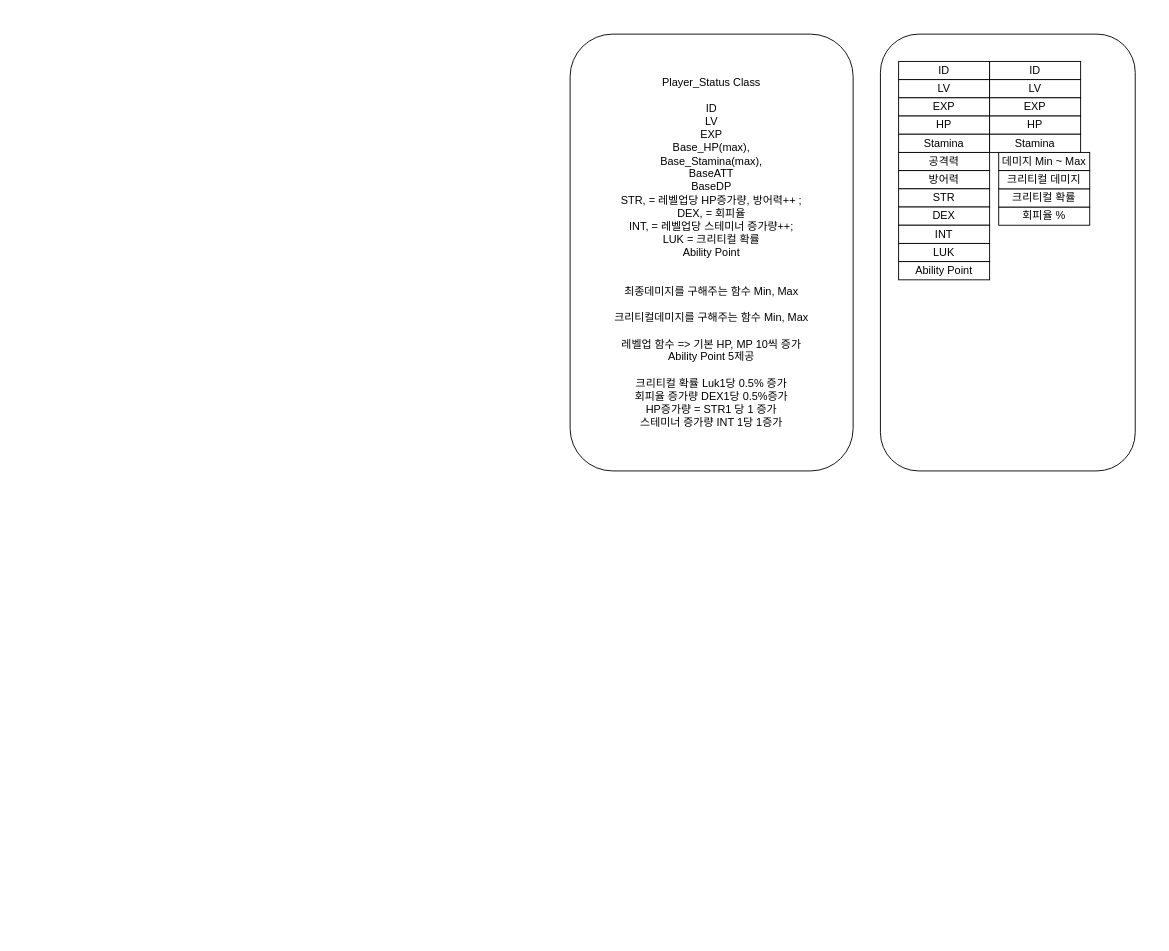
steelfs/JY keeps this draw.io diagram as 다이어그램/플레이어 Status.drawio. Above is the earlier version. Source tidied: cells renumbered, new cells numbered last; positions are measured from the earlier drawing's top-left corner, leaving out a move shared by most shapes. Both pictures are drawn from the tidied source at 91%, with x=0, y=0 at pixel (570, 34).
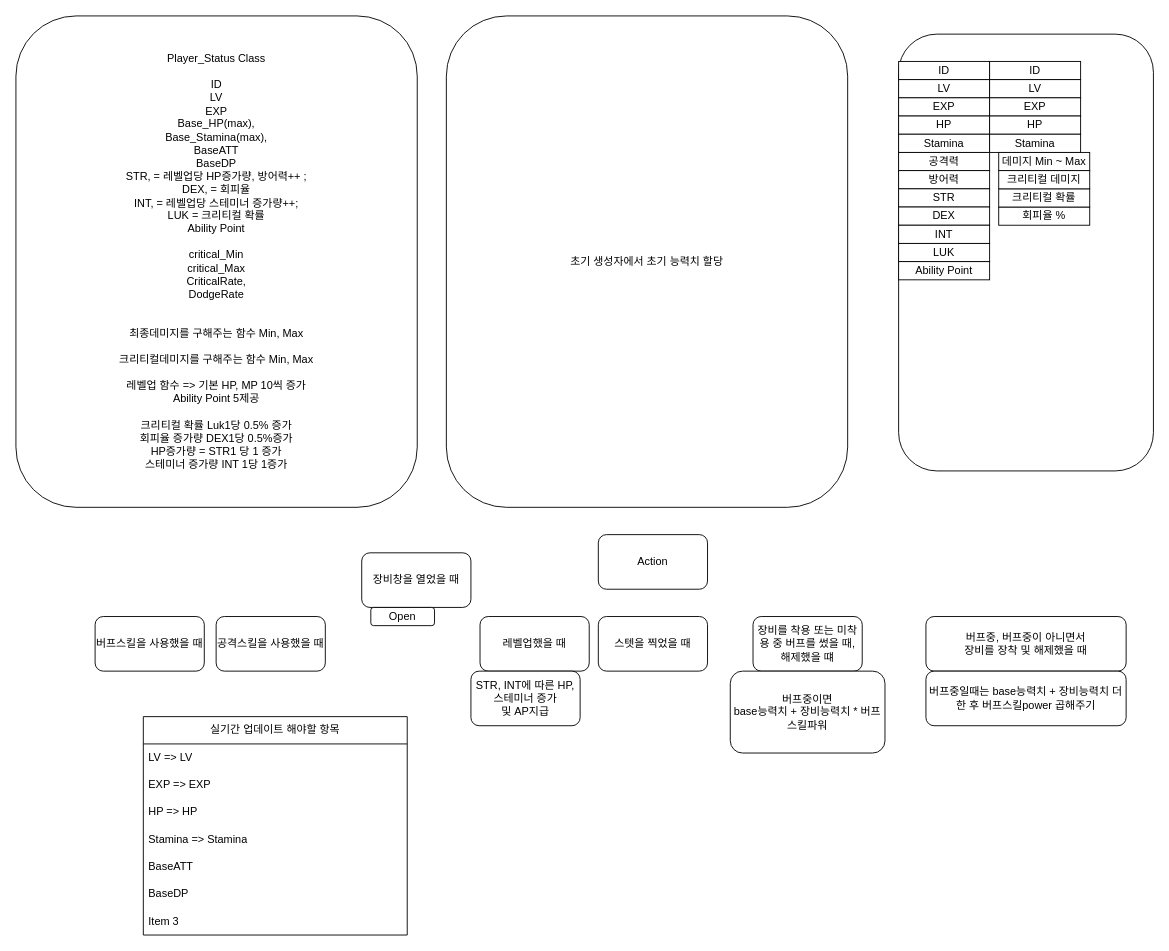
Above is the later version.

Diff of the diagram source:
```diff
@@
-    <mxCell id="2" value="Player_Status Class&lt;br&gt;&lt;br&gt;ID&lt;br&gt;LV&lt;br&gt;EXP&lt;br&gt;Base_HP(max),&lt;br&gt;Base_Stamina(max),&lt;br&gt;BaseATT&lt;br&gt;BaseDP&lt;br&gt;STR, = 레벨업당 HP증가량, 방어력++ ;&lt;br&gt;DEX, = 회피율&lt;br&gt;INT, = 레벨업당 스테미너 증가량++;&lt;br&gt;LUK = 크리티컬 확률&lt;br&gt;Ability Point&lt;br&gt;&lt;br&gt;&lt;br&gt;최종데미지를 구해주는 함수 Min, Max&lt;br&gt;&lt;br&gt;크리티컬데미지를 구해주는 함수 Min, Max&lt;br&gt;&lt;br&gt;레벨업 함수 =&amp;gt; 기본 HP, MP 10씩 증가&lt;br&gt;Ability Point 5제공&lt;br&gt;&lt;br&gt;크리티컬 확률 Luk1당 0.5% 증가&lt;br&gt;회피율 증가량 DEX1당 0.5%증가&lt;br&gt;HP증가량 = STR1 당 1 증가&lt;br&gt;스테미너 증가량 INT 1당 1증가" style="rounded=1;whiteSpace=wrap;html=1;" parent="1" vertex="1">
-      <mxGeometry width="311" height="480" as="geometry" />
+    <mxCell id="2" value="Player_Status Class&lt;br&gt;&lt;br&gt;ID&lt;br&gt;LV&lt;br&gt;EXP&lt;br&gt;Base_HP(max),&lt;br&gt;Base_Stamina(max),&lt;br&gt;BaseATT&lt;br&gt;BaseDP&lt;br&gt;STR, = 레벨업당 HP증가량, 방어력++ ;&lt;br&gt;DEX, = 회피율&lt;br&gt;INT, = 레벨업당 스테미너 증가량++;&lt;br&gt;LUK = 크리티컬 확률&lt;br&gt;Ability Point&lt;br&gt;&lt;br&gt;critical_Min&lt;br&gt;critical_Max&lt;br&gt;CriticalRate,&lt;br&gt;DodgeRate&lt;br&gt;&lt;br&gt;&lt;br&gt;최종데미지를 구해주는 함수 Min, Max&lt;br&gt;&lt;br&gt;크리티컬데미지를 구해주는 함수 Min, Max&lt;br&gt;&lt;br&gt;레벨업 함수 =&amp;gt; 기본 HP, MP 10씩 증가&lt;br&gt;Ability Point 5제공&lt;br&gt;&lt;br&gt;크리티컬 확률 Luk1당 0.5% 증가&lt;br&gt;회피율 증가량 DEX1당 0.5%증가&lt;br&gt;HP증가량 = STR1 당 1 증가&lt;br&gt;스테미너 증가량 INT 1당 1증가" style="rounded=1;whiteSpace=wrap;html=1;" parent="1" vertex="1">
+      <mxGeometry x="-609" y="-20" width="441" height="540" as="geometry" />
     </mxCell>
     <mxCell id="3" style="rounded=1;whiteSpace=wrap;html=1;" parent="1" vertex="1">
-      <mxGeometry x="341" width="280" height="480" as="geometry" />
+      <mxGeometry x="361" width="280" height="480" as="geometry" />
     </mxCell>
@@
+    <mxCell id="25" value="초기 생성자에서 초기 능력치 할당" style="rounded=1;whiteSpace=wrap;html=1;" parent="1" vertex="1">
+      <mxGeometry x="-136" y="-20" width="441" height="540" as="geometry" />
+    </mxCell>
+    <mxCell id="26" value="Action" style="rounded=1;whiteSpace=wrap;html=1;" parent="1" vertex="1">
+      <mxGeometry x="31" y="550" width="120" height="60" as="geometry" />
+    </mxCell>
+    <mxCell id="27" value="장비창을 열었을 때" style="rounded=1;whiteSpace=wrap;html=1;" parent="1" vertex="1">
+      <mxGeometry x="-229" y="570" width="120" height="60" as="geometry" />
+    </mxCell>
+    <mxCell id="28" value="스텟을 찍었을 때" style="rounded=1;whiteSpace=wrap;html=1;" parent="1" vertex="1">
+      <mxGeometry x="31" y="640" width="120" height="60" as="geometry" />
+    </mxCell>
+    <mxCell id="29" value="장비를 착용 또는 미착용 중 버프를 썼을 때, 해제했을 떄" style="rounded=1;whiteSpace=wrap;html=1;" parent="1" vertex="1">
+      <mxGeometry x="201" y="640" width="120" height="60" as="geometry" />
+    </mxCell>
+    <mxCell id="30" value="버프중, 버프중이 아니면서&lt;br&gt;장비를 장착 및 해제했을 때" style="rounded=1;whiteSpace=wrap;html=1;" parent="1" vertex="1">
+      <mxGeometry x="391" y="640" width="220" height="60" as="geometry" />
+    </mxCell>
+    <mxCell id="31" value="레벨업했을 때" style="rounded=1;whiteSpace=wrap;html=1;" parent="1" vertex="1">
+      <mxGeometry x="-99" y="640" width="120" height="60" as="geometry" />
+    </mxCell>
+    <mxCell id="32" value="공격스킬을 사용했을 때" style="rounded=1;whiteSpace=wrap;html=1;" parent="1" vertex="1">
+      <mxGeometry x="-389" y="640" width="120" height="60" as="geometry" />
+    </mxCell>
+    <mxCell id="33" value="버프스킬을 사용했을 때" style="rounded=1;whiteSpace=wrap;html=1;" parent="1" vertex="1">
+      <mxGeometry x="-522" y="640" width="120" height="60" as="geometry" />
+    </mxCell>
+    <mxCell id="34" value="실기간 업데이트 해야할 항목" style="swimlane;fontStyle=0;horizontal=1;startSize=30;whiteSpace=wrap;html=1;" parent="1" vertex="1">
+      <mxGeometry x="-469" y="750" width="290" height="240" as="geometry" />
+    </mxCell>
+    <mxCell id="35" value="LV =&amp;gt; LV" style="text;strokeColor=none;fillColor=none;align=left;verticalAlign=middle;spacingLeft=4;spacingRight=4;overflow=hidden;whiteSpace=wrap;html=1;" parent="34" vertex="1">
+      <mxGeometry y="30" width="290" height="30" as="geometry" />
+    </mxCell>
+    <mxCell id="36" value="EXP =&amp;gt; EXP" style="text;strokeColor=none;fillColor=none;align=left;verticalAlign=middle;spacingLeft=4;spacingRight=4;overflow=hidden;whiteSpace=wrap;html=1;" parent="34" vertex="1">
+      <mxGeometry y="60" width="290" height="30" as="geometry" />
+    </mxCell>
+    <mxCell id="37" value="HP =&amp;gt; HP" style="text;strokeColor=none;fillColor=none;align=left;verticalAlign=middle;spacingLeft=4;spacingRight=4;overflow=hidden;whiteSpace=wrap;html=1;" parent="34" vertex="1">
+      <mxGeometry y="90" width="290" height="30" as="geometry" />
+    </mxCell>
+    <mxCell id="38" value="Stamina =&amp;gt; Stamina" style="text;strokeColor=none;fillColor=none;align=left;verticalAlign=middle;spacingLeft=4;spacingRight=4;overflow=hidden;whiteSpace=wrap;html=1;" parent="34" vertex="1">
+      <mxGeometry y="120" width="290" height="30" as="geometry" />
+    </mxCell>
+    <mxCell id="39" value="BaseATT" style="text;strokeColor=none;fillColor=none;align=left;verticalAlign=middle;spacingLeft=4;spacingRight=4;overflow=hidden;whiteSpace=wrap;html=1;" parent="34" vertex="1">
+      <mxGeometry y="150" width="290" height="30" as="geometry" />
+    </mxCell>
+    <mxCell id="40" value="BaseDP" style="text;strokeColor=none;fillColor=none;align=left;verticalAlign=middle;spacingLeft=4;spacingRight=4;overflow=hidden;whiteSpace=wrap;html=1;" parent="34" vertex="1">
+      <mxGeometry y="180" width="290" height="30" as="geometry" />
+    </mxCell>
+    <mxCell id="41" value="Item 3" style="text;strokeColor=none;fillColor=none;align=left;verticalAlign=middle;spacingLeft=4;spacingRight=4;overflow=hidden;whiteSpace=wrap;html=1;" parent="34" vertex="1">
+      <mxGeometry y="210" width="290" height="30" as="geometry" />
+    </mxCell>
+    <mxCell id="42" value="버프중일때는 base능력치 + 장비능력치 더한 후 버프스킬power 곱해주기" style="rounded=1;whiteSpace=wrap;html=1;" parent="1" vertex="1">
+      <mxGeometry x="391" y="700" width="220" height="60" as="geometry" />
+    </mxCell>
+    <mxCell id="43" value="버프중이면&lt;br&gt;base능력치 + 장비능력치 * 버프스킬파워" style="rounded=1;whiteSpace=wrap;html=1;" parent="1" vertex="1">
+      <mxGeometry x="176" y="700" width="170" height="90" as="geometry" />
+    </mxCell>
+    <mxCell id="44" value="Open" style="rounded=1;whiteSpace=wrap;html=1;" parent="1" vertex="1">
+      <mxGeometry x="-219" y="630" width="70" height="20" as="geometry" />
+    </mxCell>
+    <mxCell id="45" value="STR, INT에 따른 HP, 스테미너 증가&lt;br&gt;및 AP지급" style="rounded=1;whiteSpace=wrap;html=1;" parent="1" vertex="1">
+      <mxGeometry x="-109" y="700" width="120" height="60" as="geometry" />
+    </mxCell>
```
